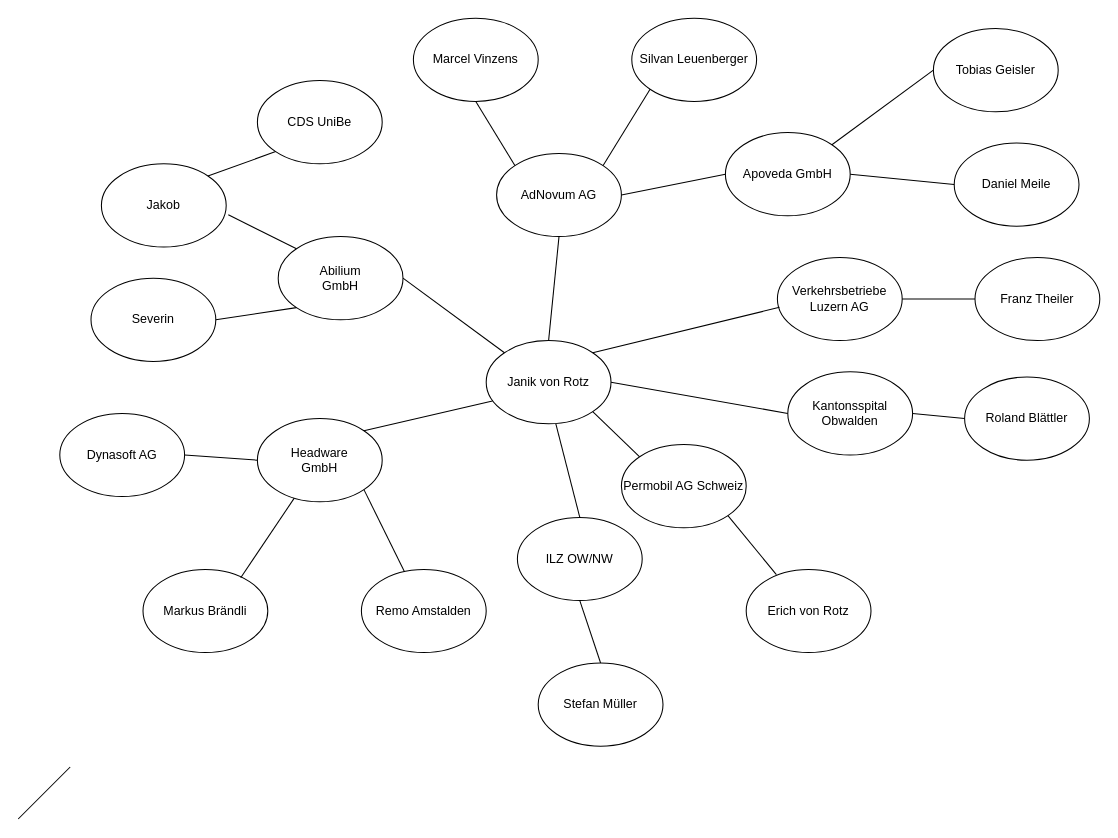
This is Business Network.drawio from szumbrunn/network, a draw.io file, before an edit. Source tidied: cells renumbered, new cells numbered last; positions are measured from the earlier drawing's top-left corner, leaving out a move shared by most shapes. Both pictures are drawn from the tidied source at 104%, with x=0, y=0 at pixel (18, 18).
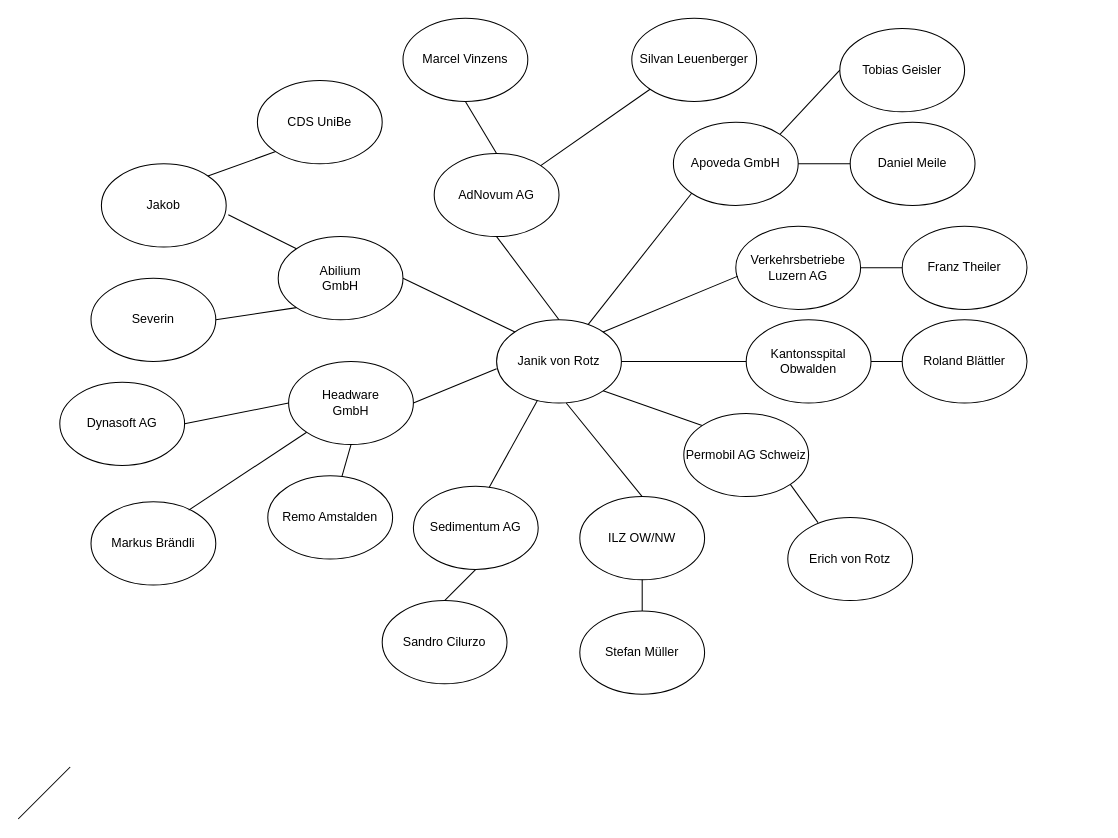
Above is the later version.

The edit, as a diff of the source:
```diff
@@
     <mxCell id="2" value="Janik von Rotz" style="ellipse;whiteSpace=wrap;html=1;" parent="1" vertex="1">
-      <mxGeometry x="450" y="310" width="120" height="80" as="geometry" />
+      <mxGeometry x="460" y="290" width="120" height="80" as="geometry" />
     </mxCell>
@@
     <mxCell id="6" value="Headware&lt;br&gt;GmbH" style="ellipse;whiteSpace=wrap;html=1;" parent="1" vertex="1">
-      <mxGeometry x="230" y="385" width="120" height="80" as="geometry" />
+      <mxGeometry x="260" y="330" width="120" height="80" as="geometry" />
     </mxCell>
     <mxCell id="7" value="Markus Brändli" style="ellipse;whiteSpace=wrap;html=1;" parent="1" vertex="1">
-      <mxGeometry x="120" y="530" width="120" height="80" as="geometry" />
+      <mxGeometry x="70" y="465" width="120" height="80" as="geometry" />
     </mxCell>
     <mxCell id="8" value="Remo Amstalden" style="ellipse;whiteSpace=wrap;html=1;" parent="1" vertex="1">
-      <mxGeometry x="330" y="530" width="120" height="80" as="geometry" />
+      <mxGeometry x="240" y="440" width="120" height="80" as="geometry" />
     </mxCell>
     <mxCell id="9" value="Dynasoft AG" style="ellipse;whiteSpace=wrap;html=1;" parent="1" vertex="1">
-      <mxGeometry x="40" y="380" width="120" height="80" as="geometry" />
+      <mxGeometry x="40" y="350" width="120" height="80" as="geometry" />
     </mxCell>
@@
-    <mxCell id="11" style="endArrow=none;html=1;exitX=1;exitY=0;exitDx=0;exitDy=0;entryX=0.05;entryY=0.725;entryDx=0;entryDy=0;entryPerimeter=0;" parent="1" edge="1" source="6" target="2">
+    <mxCell id="11" style="endArrow=none;html=1;exitX=1;exitY=0.5;exitDx=0;exitDy=0;entryX=0;entryY=0.588;entryDx=0;entryDy=0;entryPerimeter=0;" parent="1" edge="1" source="6" target="2">
       <mxGeometry relative="1" as="geometry" />
     </mxCell>
@@
-    <mxCell id="13" style="endArrow=none;html=1;entryX=1;entryY=1;entryDx=0;entryDy=0;" parent="1" edge="1" source="8" target="6">
+    <mxCell id="13" style="endArrow=none;html=1;entryX=0.5;entryY=1;entryDx=0;entryDy=0;" parent="1" edge="1" source="8" target="6">
       <mxGeometry relative="1" as="geometry" />
     </mxCell>
@@
     <mxCell id="16" value="Erich von Rotz" style="ellipse;whiteSpace=wrap;html=1;" parent="1" vertex="1">
-      <mxGeometry x="700" y="530" width="120" height="80" as="geometry" />
+      <mxGeometry x="740" y="480" width="120" height="80" as="geometry" />
     </mxCell>
@@
     <mxCell id="18" value="Permobil AG Schweiz" style="ellipse;whiteSpace=wrap;html=1;" parent="1" vertex="1">
-      <mxGeometry x="580" y="410" width="120" height="80" as="geometry" />
+      <mxGeometry x="640" y="380" width="120" height="80" as="geometry" />
     </mxCell>
@@
     <mxCell id="20" value="Verkehrsbetriebe Luzern AG" style="ellipse;whiteSpace=wrap;html=1;" parent="1" vertex="1">
-      <mxGeometry x="730" y="230" width="120" height="80" as="geometry" />
+      <mxGeometry x="690" y="200" width="120" height="80" as="geometry" />
     </mxCell>
     <mxCell id="21" value="Franz Theiler" style="ellipse;whiteSpace=wrap;html=1;" parent="1" vertex="1">
-      <mxGeometry x="920" y="230" width="120" height="80" as="geometry" />
+      <mxGeometry x="850" y="200" width="120" height="80" as="geometry" />
     </mxCell>
@@
     <mxCell id="24" value="AdNovum AG" style="ellipse;whiteSpace=wrap;html=1;" parent="1" vertex="1">
-      <mxGeometry x="460" y="130" width="120" height="80" as="geometry" />
+      <mxGeometry x="400" y="130" width="120" height="80" as="geometry" />
     </mxCell>
@@
     <mxCell id="28" value="Marcel Vinzens" style="ellipse;whiteSpace=wrap;html=1;" parent="1" vertex="1">
-      <mxGeometry x="380" width="120" height="80" as="geometry" />
+      <mxGeometry x="370" width="120" height="80" as="geometry" />
     </mxCell>
-    <mxCell id="29" style="endArrow=none;html=1;entryX=0.5;entryY=1;entryDx=0;entryDy=0;exitX=0;exitY=0;exitDx=0;exitDy=0;" parent="1" edge="1" source="24" target="28">
+    <mxCell id="29" style="endArrow=none;html=1;entryX=0.5;entryY=1;entryDx=0;entryDy=0;exitX=0.5;exitY=0;exitDx=0;exitDy=0;" parent="1" edge="1" source="24" target="28">
       <mxGeometry relative="1" as="geometry" />
     </mxCell>
     <mxCell id="30" value="Kantonsspital Obwalden" style="ellipse;whiteSpace=wrap;html=1;" parent="1" vertex="1">
-      <mxGeometry x="740" y="340" width="120" height="80" as="geometry" />
+      <mxGeometry x="700" y="290" width="120" height="80" as="geometry" />
     </mxCell>
@@
     <mxCell id="32" value="Roland Blättler" style="ellipse;whiteSpace=wrap;html=1;" parent="1" vertex="1">
-      <mxGeometry x="910" y="345" width="120" height="80" as="geometry" />
+      <mxGeometry x="850" y="290" width="120" height="80" as="geometry" />
     </mxCell>
@@
     <mxCell id="34" value="ILZ OW/NW" style="ellipse;whiteSpace=wrap;html=1;" parent="1" vertex="1">
-      <mxGeometry x="480" y="480" width="120" height="80" as="geometry" />
+      <mxGeometry x="540" y="460" width="120" height="80" as="geometry" />
     </mxCell>
     <mxCell id="35" value="Stefan Müller" style="ellipse;whiteSpace=wrap;html=1;" parent="1" vertex="1">
-      <mxGeometry x="500" y="620" width="120" height="80" as="geometry" />
+      <mxGeometry x="540" y="570" width="120" height="80" as="geometry" />
     </mxCell>
@@
     <mxCell id="42" value="Apoveda GmbH" style="ellipse;whiteSpace=wrap;html=1;" parent="1" vertex="1">
-      <mxGeometry x="680" y="110" width="120" height="80" as="geometry" />
+      <mxGeometry x="630" y="100" width="120" height="80" as="geometry" />
     </mxCell>
     <mxCell id="43" value="Tobias Geisler" style="ellipse;whiteSpace=wrap;html=1;" parent="1" vertex="1">
-      <mxGeometry x="880" y="10" width="120" height="80" as="geometry" />
+      <mxGeometry x="790" y="10" width="120" height="80" as="geometry" />
     </mxCell>
     <mxCell id="44" value="Daniel Meile" style="ellipse;whiteSpace=wrap;html=1;" parent="1" vertex="1">
-      <mxGeometry x="900" y="120" width="120" height="80" as="geometry" />
+      <mxGeometry x="800" y="100" width="120" height="80" as="geometry" />
     </mxCell>
-    <mxCell id="45" style="endArrow=none;html=1;exitX=1;exitY=0.5;exitDx=0;exitDy=0;entryX=0;entryY=0.5;entryDx=0;entryDy=0;" parent="1" edge="1" source="24" target="42">
+    <mxCell id="45" style="endArrow=none;html=1;entryX=0;entryY=1;entryDx=0;entryDy=0;" parent="1" edge="1" source="2" target="42">
       <mxGeometry relative="1" as="geometry" />
     </mxCell>
@@
+    <mxCell id="49" value="Sedimentum AG" style="ellipse;whiteSpace=wrap;html=1;" parent="1" vertex="1">
+      <mxGeometry x="380" y="450" width="120" height="80" as="geometry" />
+    </mxCell>
+    <mxCell id="50" value="Sandro Cilurzo" style="ellipse;whiteSpace=wrap;html=1;" parent="1" vertex="1">
+      <mxGeometry x="350" y="560" width="120" height="80" as="geometry" />
+    </mxCell>
+    <mxCell id="51" style="endArrow=none;html=1;exitX=0.608;exitY=0.013;exitDx=0;exitDy=0;exitPerimeter=0;" parent="1" edge="1" source="49" target="2">
+      <mxGeometry relative="1" as="geometry" />
+    </mxCell>
+    <mxCell id="52" style="endArrow=none;html=1;exitX=0.5;exitY=1;exitDx=0;exitDy=0;entryX=0.5;entryY=0;entryDx=0;entryDy=0;" parent="1" edge="1" source="49" target="50">
+      <mxGeometry relative="1" as="geometry" />
+    </mxCell>
```
